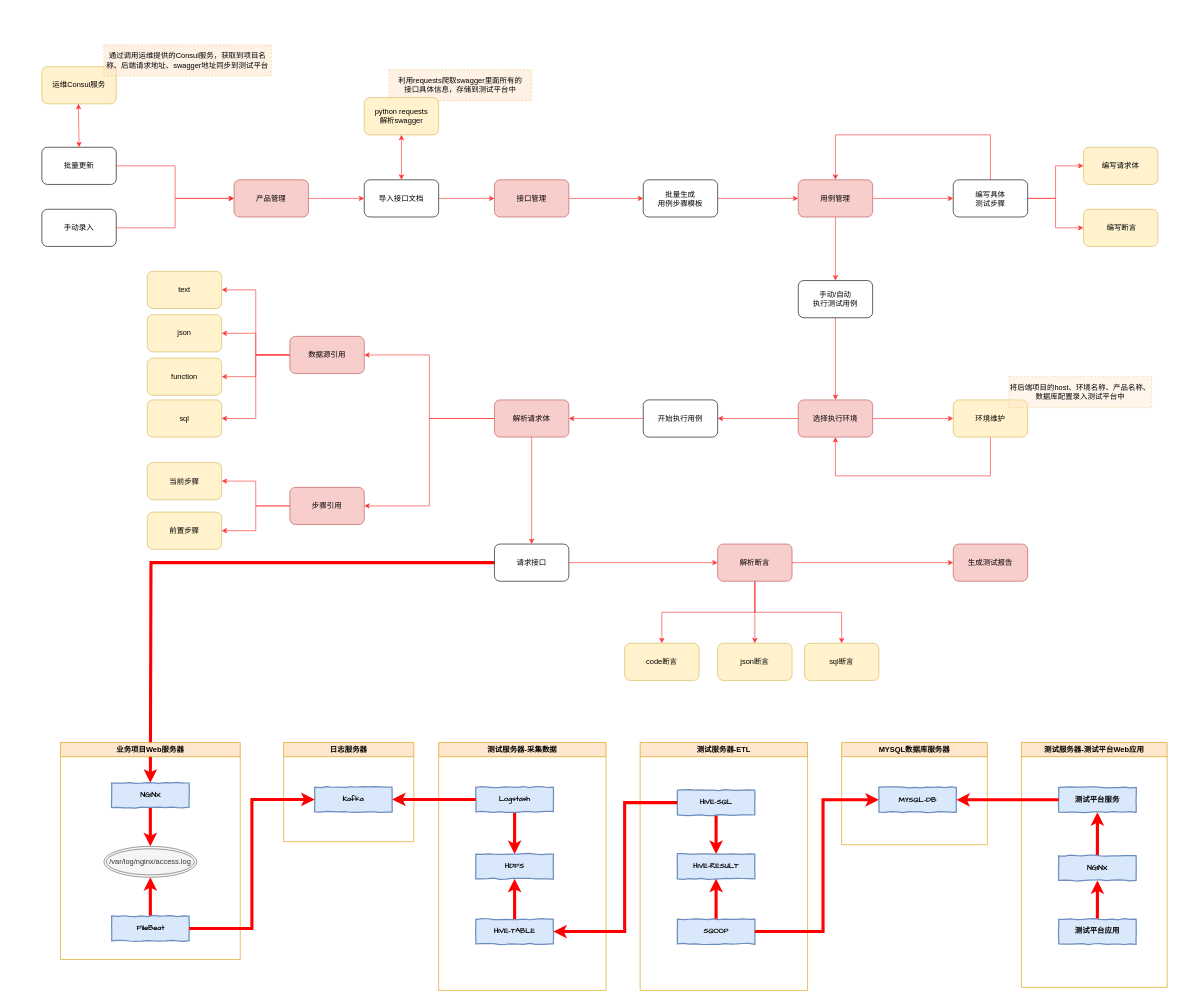
Earlier version of the draw.io diagram 测试平台-接口分析.drawio (luanyuqiang/hello-world). Source tidied: cells renumbered, new cells numbered last; positions are measured from the earlier drawing's top-left corner, leaving out a move shared by most shapes. Both pictures are drawn from the tidied source at 62%, with x=0, y=0 at pixel (42, 45).
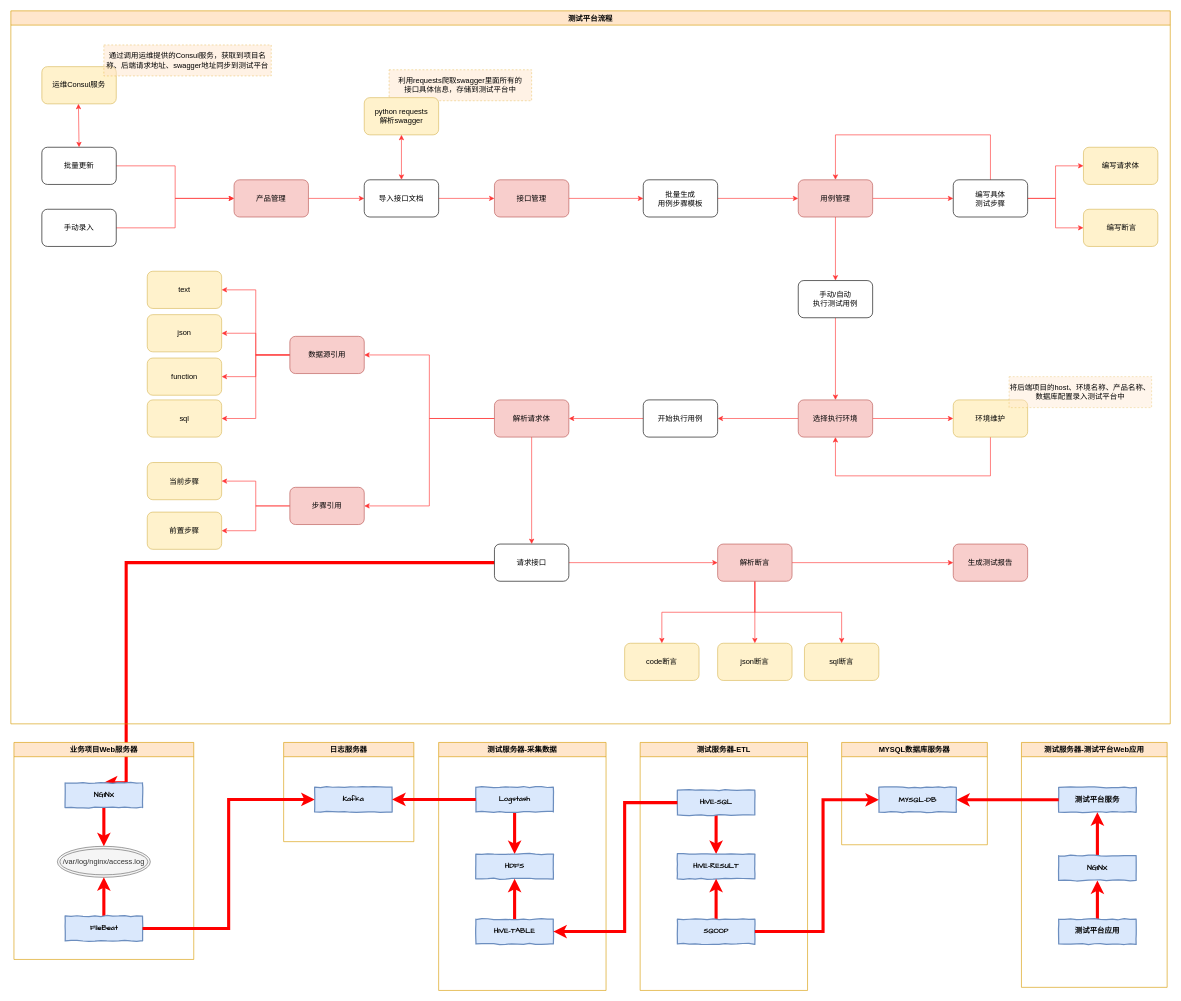
The same diagram, later.

Commit message (it also covers changes not shown here):
更新测试平台-接口分析.drawio

Unchanged cells that the change refers to:
```xml
<mxCell id="37" value="请求接口" style="rounded=1;whiteSpace=wrap;html=1;" parent="1" vertex="1">
  <mxGeometry x="730" y="805" width="120" height="60" as="geometry" />
</mxCell>
<mxCell id="71" value="NGINX" style="html=1;whiteSpace=wrap;comic=1;strokeWidth=2;fontFamily=Comic Sans MS;fontStyle=1;fillColor=#dae8fc;strokeColor=#6c8ebf;" parent="69" vertex="1">
  <mxGeometry x="82.5" y="65" width="125" height="40" as="geometry" />
</mxCell>
```

Diff of the diagram source:
```diff
@@
     <mxCell id="36" style="edgeStyle=orthogonalEdgeStyle;rounded=0;jettySize=auto;html=1;entryX=0.5;entryY=0;entryDx=0;entryDy=0;strokeColor=#FF0000;strokeWidth=5;" parent="1" edge="1" source="37" target="71">
       <mxGeometry relative="1" as="geometry">
         <Array as="points">
-          <mxPoint x="176" y="835" />
+          <mxPoint x="136" y="835" />
         </Array>
       </mxGeometry>
     </mxCell>
@@
     <mxCell id="69" value="业务项目Web服务器" style="swimlane;fillColor=#ffe6cc;strokeColor=#d79b00;" parent="1" vertex="1">
-      <mxGeometry x="30" y="1125" width="290" height="350" as="geometry" />
+      <mxGeometry x="-45" y="1125" width="290" height="350" as="geometry" />
     </mxCell>
@@
+    <mxCell id="102" value="测试平台流程" style="swimlane;fillColor=#ffe6cc;strokeColor=#d79b00;" parent="1" vertex="1">
+      <mxGeometry x="-50" y="-55" width="1870" height="1150" as="geometry" />
+    </mxCell>
```
